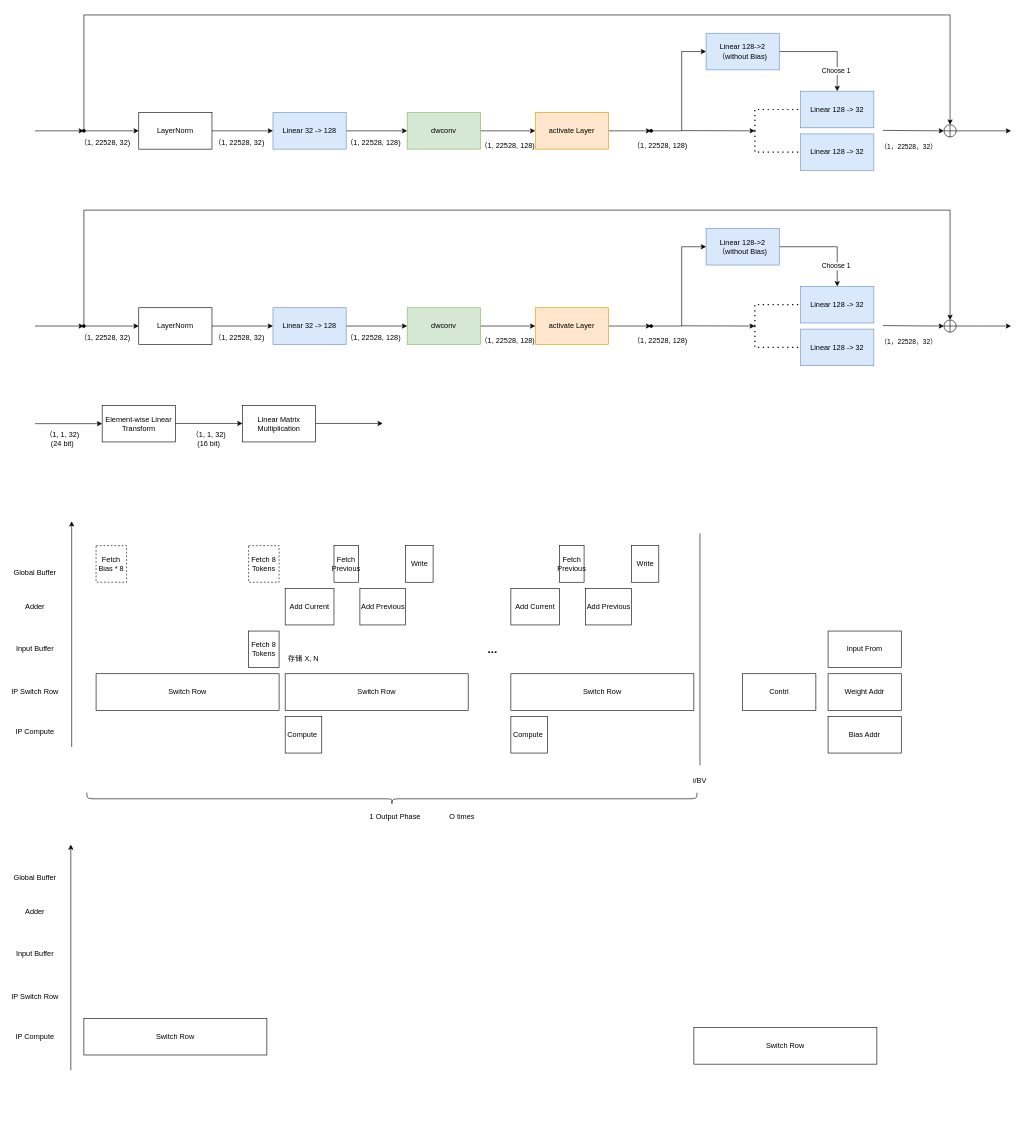
The draw.io diagram page "Copy of MoE" (2 of 2) of Segformer.drawio in Devil-SX/draw-io, before the edit. Source tidied: cells renumbered, new cells numbered last; positions are measured from the earlier drawing's top-left corner, leaving out a move shared by most shapes. Both pictures are drawn from the tidied source at 61%, with x=0, y=0 at pixel (10, 15).
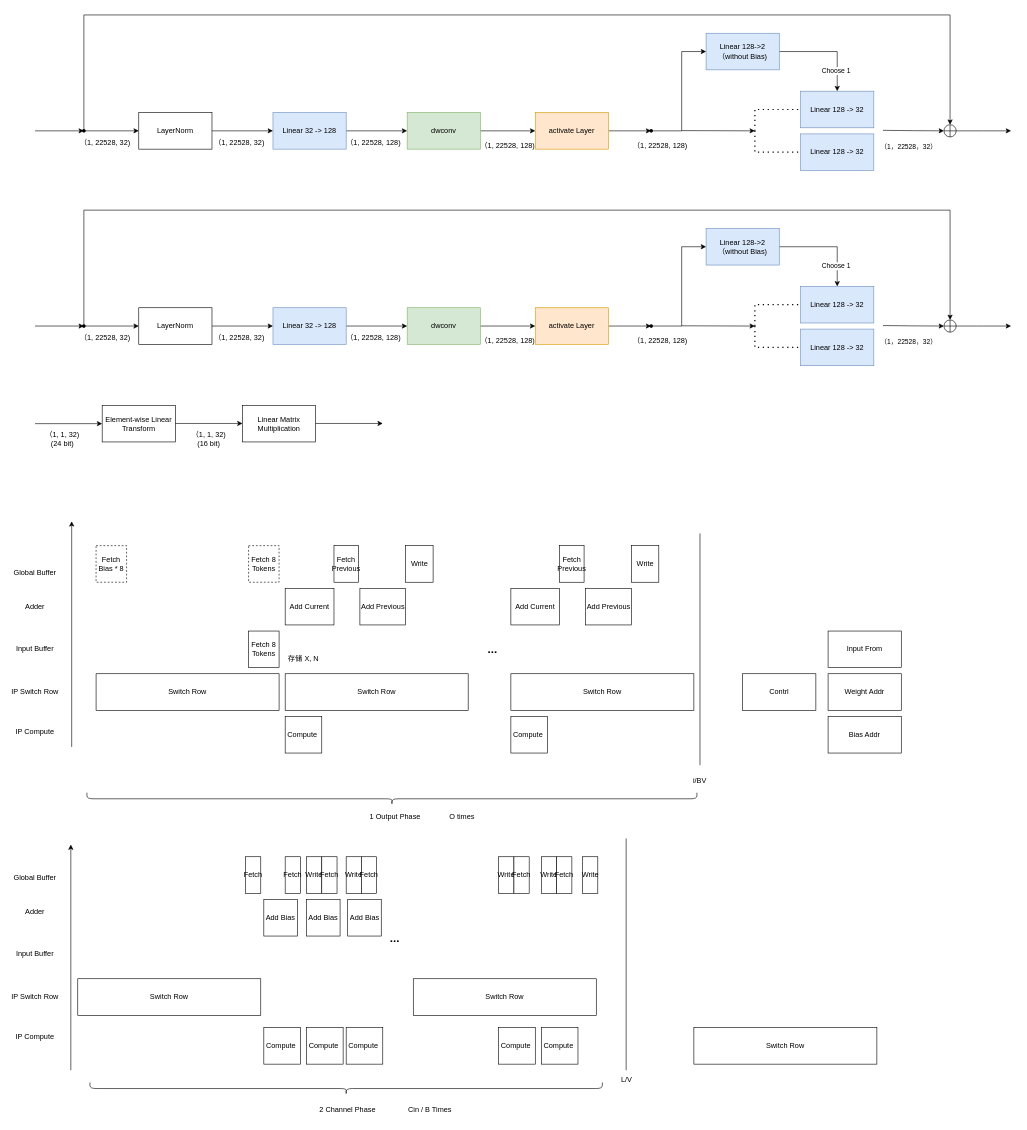
Above is the later version.

What changed in the source:
```diff
@@
     <mxCell id="110" value="Switch Row" style="rounded=0;whiteSpace=wrap;html=1;" parent="1" vertex="1">
-      <mxGeometry x="120" y="1645" width="300" height="60" as="geometry" />
+      <mxGeometry x="110" y="1580" width="300" height="60" as="geometry" />
     </mxCell>
@@
+    <mxCell id="112" value="Compute&amp;nbsp;" style="rounded=0;whiteSpace=wrap;html=1;" parent="1" vertex="1">
+      <mxGeometry x="415" y="1660" width="60" height="60" as="geometry" />
+    </mxCell>
+    <mxCell id="113" value="Compute&amp;nbsp;" style="rounded=0;whiteSpace=wrap;html=1;" parent="1" vertex="1">
+      <mxGeometry x="485" y="1660" width="60" height="60" as="geometry" />
+    </mxCell>
+    <mxCell id="114" value="Write" style="rounded=0;whiteSpace=wrap;html=1;" parent="1" vertex="1">
+      <mxGeometry x="485" y="1380" width="25" height="60" as="geometry" />
+    </mxCell>
+    <mxCell id="115" value="&lt;b&gt;&lt;font style=&quot;font-size: 19px;&quot;&gt;...&lt;/font&gt;&lt;/b&gt;" style="text;html=1;strokeColor=none;fillColor=none;align=center;verticalAlign=middle;whiteSpace=wrap;rounded=0;" parent="1" vertex="1">
+      <mxGeometry x="600" y="1500" width="60" height="30" as="geometry" />
+    </mxCell>
+    <mxCell id="116" value="Fetch" style="rounded=0;whiteSpace=wrap;html=1;" parent="1" vertex="1">
+      <mxGeometry x="450" y="1380" width="25" height="60" as="geometry" />
+    </mxCell>
+    <mxCell id="117" value="Fetch" style="rounded=0;whiteSpace=wrap;html=1;" parent="1" vertex="1">
+      <mxGeometry x="385" y="1380" width="25" height="60" as="geometry" />
+    </mxCell>
+    <mxCell id="118" value="Fetch" style="rounded=0;whiteSpace=wrap;html=1;" parent="1" vertex="1">
+      <mxGeometry x="510" y="1380" width="25" height="60" as="geometry" />
+    </mxCell>
+    <mxCell id="119" value="Compute&amp;nbsp;" style="rounded=0;whiteSpace=wrap;html=1;" parent="1" vertex="1">
+      <mxGeometry x="550" y="1660" width="60" height="60" as="geometry" />
+    </mxCell>
+    <mxCell id="120" value="Write" style="rounded=0;whiteSpace=wrap;html=1;" parent="1" vertex="1">
+      <mxGeometry x="550" y="1380" width="25" height="60" as="geometry" />
+    </mxCell>
+    <mxCell id="121" value="Fetch" style="rounded=0;whiteSpace=wrap;html=1;" parent="1" vertex="1">
+      <mxGeometry x="575" y="1380" width="25" height="60" as="geometry" />
+    </mxCell>
+    <mxCell id="122" value="Compute&amp;nbsp;" style="rounded=0;whiteSpace=wrap;html=1;" parent="1" vertex="1">
+      <mxGeometry x="870" y="1660" width="60" height="60" as="geometry" />
+    </mxCell>
+    <mxCell id="123" value="Write" style="rounded=0;whiteSpace=wrap;html=1;" parent="1" vertex="1">
+      <mxGeometry x="870" y="1380" width="25" height="60" as="geometry" />
+    </mxCell>
+    <mxCell id="124" value="Fetch" style="rounded=0;whiteSpace=wrap;html=1;" parent="1" vertex="1">
+      <mxGeometry x="895" y="1380" width="25" height="60" as="geometry" />
+    </mxCell>
+    <mxCell id="125" value="Write" style="rounded=0;whiteSpace=wrap;html=1;" parent="1" vertex="1">
+      <mxGeometry x="937.5" y="1380" width="25" height="60" as="geometry" />
+    </mxCell>
+    <mxCell id="126" style="shape=curlyBracket;whiteSpace=wrap;html=1;rounded=1;flipH=1;labelPosition=right;verticalLabelPosition=middle;align=left;verticalAlign=middle;rotation=90;" parent="1" vertex="1">
+      <mxGeometry x="540" y="1340" width="20" height="840" as="geometry" />
+    </mxCell>
+    <mxCell id="127" style="endArrow=none;html=1;rounded=0;" parent="1" edge="1">
+      <mxGeometry relative="1" as="geometry">
+        <mxPoint x="1009" y="1730" as="sourcePoint" />
+        <mxPoint x="1009" y="1350" as="targetPoint" />
+      </mxGeometry>
+    </mxCell>
+    <mxCell id="128" value="L/V" style="text;html=1;strokeColor=none;fillColor=none;align=center;verticalAlign=middle;whiteSpace=wrap;rounded=0;" parent="1" vertex="1">
+      <mxGeometry x="980" y="1730" width="60" height="30" as="geometry" />
+    </mxCell>
+    <mxCell id="129" value="2 Channel Phase" style="text;html=1;strokeColor=none;fillColor=none;align=center;verticalAlign=middle;whiteSpace=wrap;rounded=0;" parent="1" vertex="1">
+      <mxGeometry x="500" y="1780" width="105" height="30" as="geometry" />
+    </mxCell>
+    <mxCell id="130" value="Switch Row" style="rounded=0;whiteSpace=wrap;html=1;" parent="1" vertex="1">
+      <mxGeometry x="660" y="1580" width="300" height="60" as="geometry" />
+    </mxCell>
+    <mxCell id="131" value="Compute&amp;nbsp;" style="rounded=0;whiteSpace=wrap;html=1;" parent="1" vertex="1">
+      <mxGeometry x="800" y="1660" width="60" height="60" as="geometry" />
+    </mxCell>
+    <mxCell id="132" value="Write" style="rounded=0;whiteSpace=wrap;html=1;" parent="1" vertex="1">
+      <mxGeometry x="800" y="1380" width="25" height="60" as="geometry" />
+    </mxCell>
+    <mxCell id="133" value="Fetch" style="rounded=0;whiteSpace=wrap;html=1;" parent="1" vertex="1">
+      <mxGeometry x="825" y="1380" width="25" height="60" as="geometry" />
+    </mxCell>
+    <mxCell id="134" value="Cin / B Times" style="text;html=1;strokeColor=none;fillColor=none;align=center;verticalAlign=middle;whiteSpace=wrap;rounded=0;" parent="1" vertex="1">
+      <mxGeometry x="635" y="1780" width="105" height="30" as="geometry" />
+    </mxCell>
+    <mxCell id="135" value="Add Bias" style="rounded=0;whiteSpace=wrap;html=1;" parent="1" vertex="1">
+      <mxGeometry x="415" y="1450" width="55" height="60" as="geometry" />
+    </mxCell>
+    <mxCell id="136" value="Add Bias" style="rounded=0;whiteSpace=wrap;html=1;" parent="1" vertex="1">
+      <mxGeometry x="485" y="1450" width="55" height="60" as="geometry" />
+    </mxCell>
+    <mxCell id="137" value="Add Bias" style="rounded=0;whiteSpace=wrap;html=1;" parent="1" vertex="1">
+      <mxGeometry x="552.5" y="1450" width="55" height="60" as="geometry" />
+    </mxCell>
```
